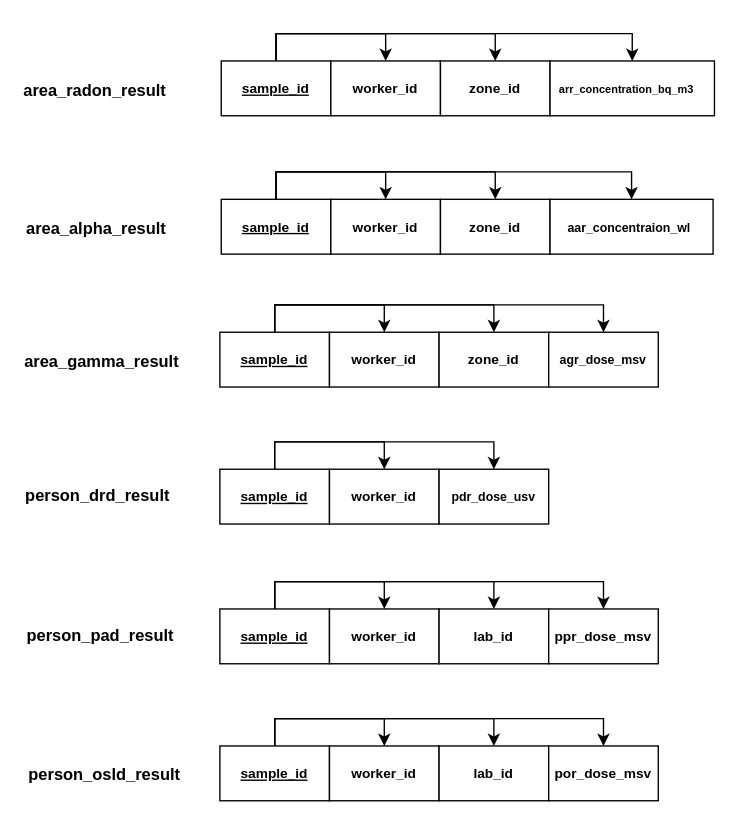
harnettd/radiation-protection-db keeps this draw.io diagram as images/normalization-2.drawio. Above is the earlier version. Source tidied: cells renumbered, new cells numbered last; positions are measured from the earlier drawing's top-left corner, leaving out a move shared by most shapes. Both pictures are drawn from the tidied source at 137%, with x=0, y=0 at pixel (53, 60).
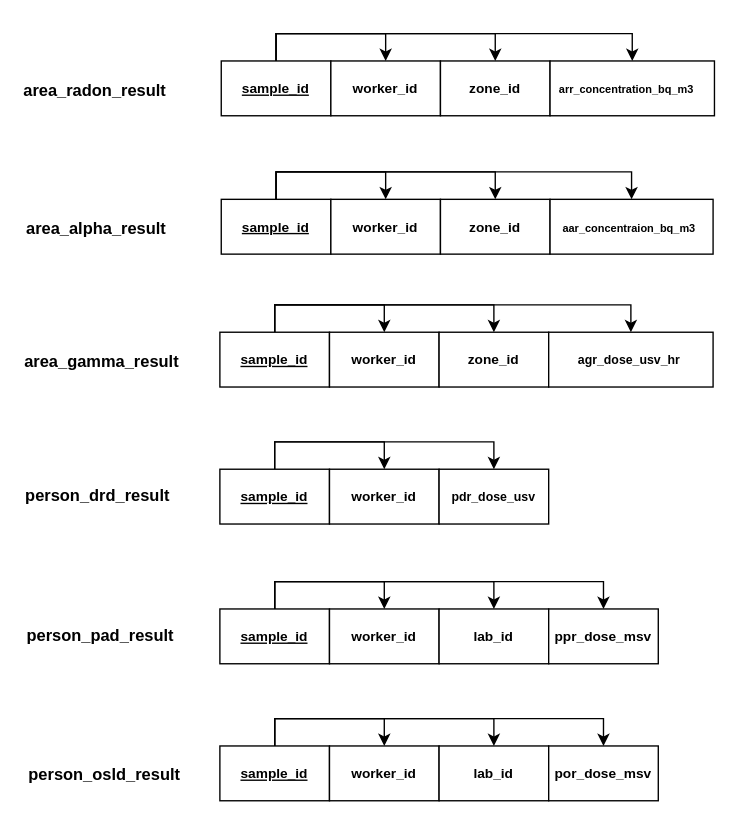
Above is the later version.

Commit message (it also covers changes not shown here):
update business rules, ERDs, and normalization diagrams

Change to the diagram source:
```diff
@@
     <mxCell id="14" style="group;" parent="1" vertex="1">
-      <mxGeometry x="121" y="198" width="320" height="40" as="geometry" />
+      <mxGeometry x="121" y="198" width="360" height="40" as="geometry" />
     </mxCell>
@@
     <mxCell id="24" style="rounded=0;whiteSpace=wrap;html=1;" parent="14" vertex="1">
-      <mxGeometry x="240" width="80" height="40" as="geometry" />
+      <mxGeometry x="240" width="120" height="40" as="geometry" />
     </mxCell>
-    <mxCell id="25" value="&lt;font style=&quot;font-size: 9px;&quot;&gt;&lt;b&gt;agr_dose_msv&lt;/b&gt;&lt;/font&gt;" style="text;html=1;whiteSpace=wrap;strokeColor=none;fillColor=none;align=center;verticalAlign=middle;rounded=0;" parent="14" vertex="1">
-      <mxGeometry x="250" y="5" width="60" height="30" as="geometry" />
+    <mxCell id="25" value="&lt;font style=&quot;font-size: 9px;&quot;&gt;&lt;b&gt;agr_dose_usv_hr&lt;/b&gt;&lt;/font&gt;" style="text;html=1;whiteSpace=wrap;strokeColor=none;fillColor=none;align=center;verticalAlign=middle;rounded=0;" parent="14" vertex="1">
+      <mxGeometry x="269" y="5" width="60" height="30" as="geometry" />
     </mxCell>
@@
-    <mxCell id="60" value="&lt;font style=&quot;font-size: 9px;&quot;&gt;&lt;b&gt;aar_concentraion_wl&lt;/b&gt;&lt;/font&gt;" style="text;html=1;whiteSpace=wrap;strokeColor=none;fillColor=none;align=center;verticalAlign=middle;rounded=0;" parent="1" vertex="1">
+    <mxCell id="60" value="&lt;font style=&quot;font-size: 8px;&quot;&gt;&lt;b&gt;aar_concentraion_bq_m3&lt;/b&gt;&lt;/font&gt;" style="text;html=1;whiteSpace=wrap;strokeColor=none;fillColor=none;align=center;verticalAlign=middle;rounded=0;" parent="1" vertex="1">
       <mxGeometry x="390" y="106" width="60" height="30" as="geometry" />
     </mxCell>
```
